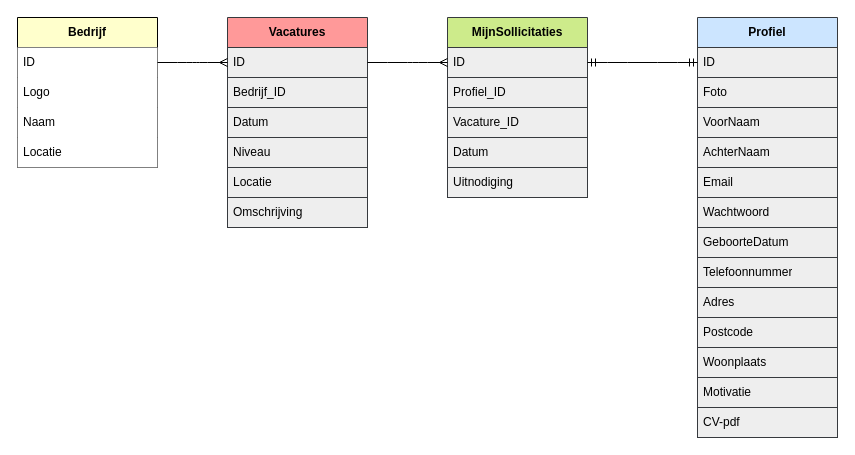
The draw.io diagram config/Assets/Design/VAC-ERD-Uitgewerkt-gegevensmodel-AS-v1.drawio in AaronSaya/educom-symfony-1690191754, before the edit. Source tidied: cells renumbered, new cells numbered last; positions are measured from the earlier drawing's top-left corner, leaving out a move shared by most shapes. Both pictures are drawn from the tidied source at 100%, with x=0, y=0 at pixel (17, 17).
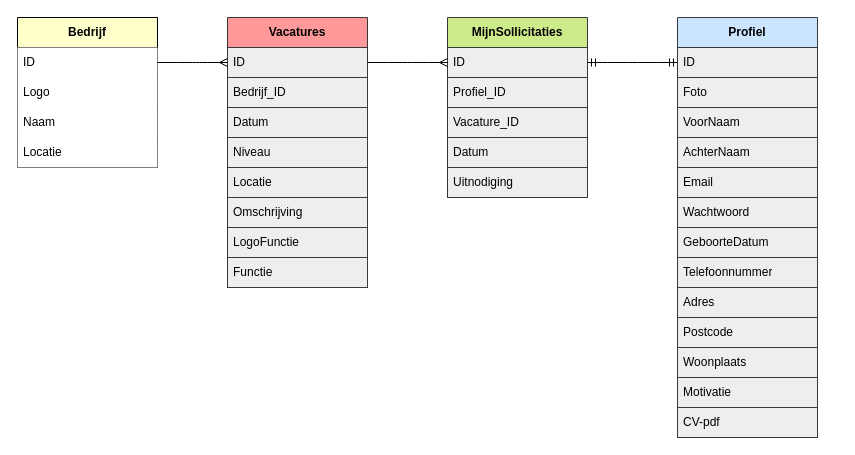
The same page after the edit.

Commit message:
Gegevensmodel maken 2#

What changed in the source:
```diff
@@
     <mxCell id="7" value="Profiel" style="swimlane;fontStyle=1;horizontal=1;startSize=30;whiteSpace=wrap;html=1;rounded=0;labelBackgroundColor=none;labelBorderColor=none;fillColor=#cce5ff;strokeColor=#36393d;fontColor=#000000;" parent="1" vertex="1">
-      <mxGeometry x="680" width="140" height="420" as="geometry" />
+      <mxGeometry x="660" width="140" height="420" as="geometry" />
     </mxCell>
@@
     <mxCell id="21" value="Vacatures" style="swimlane;fontStyle=1;horizontal=1;startSize=30;whiteSpace=wrap;html=1;rounded=0;labelBackgroundColor=none;labelBorderColor=none;fillColor=#FF9999;strokeColor=#36393d;fontColor=#000000;" parent="1" vertex="1">
-      <mxGeometry x="210" width="140" height="210" as="geometry" />
+      <mxGeometry x="210" width="140" height="270" as="geometry" />
     </mxCell>
@@
+    <mxCell id="37" value="LogoFunctie" style="text;strokeColor=#36393d;fillColor=#eeeeee;align=left;verticalAlign=middle;spacingLeft=4;spacingRight=4;overflow=hidden;whiteSpace=wrap;html=1;rounded=0;labelBackgroundColor=none;labelBorderColor=none;fontColor=#000000;" parent="21" vertex="1">
+      <mxGeometry y="210" width="140" height="30" as="geometry" />
+    </mxCell>
+    <mxCell id="38" value="Functie" style="text;strokeColor=#36393d;fillColor=#eeeeee;align=left;verticalAlign=middle;spacingLeft=4;spacingRight=4;overflow=hidden;whiteSpace=wrap;html=1;rounded=0;labelBackgroundColor=none;labelBorderColor=none;fontColor=#000000;" parent="21" vertex="1">
+      <mxGeometry y="240" width="140" height="30" as="geometry" />
+    </mxCell>
```
